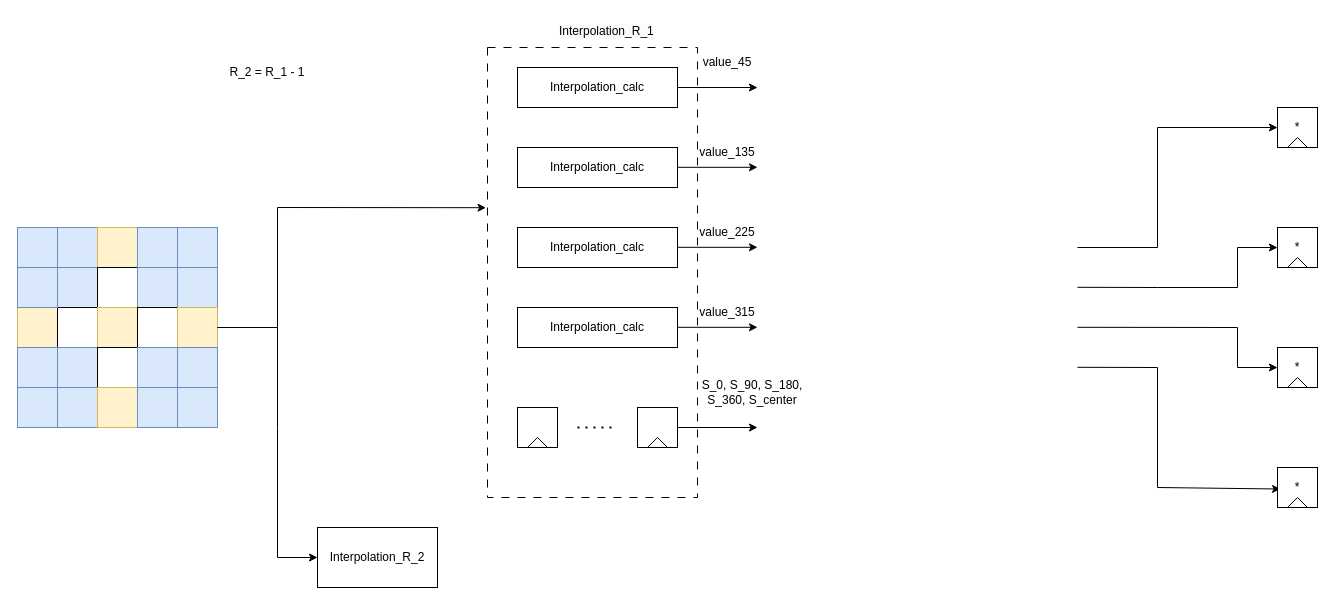
Hieuueihm/Thesis keeps this draw.io diagram as Draw/InterpolationModules/Interpolation.drawio. Above is the earlier version. Source tidied: cells renumbered, new cells numbered last; positions are measured from the earlier drawing's top-left corner, leaving out a move shared by most shapes. Both pictures are drawn from the tidied source at 100%, with x=0, y=0 at pixel (17, 17).
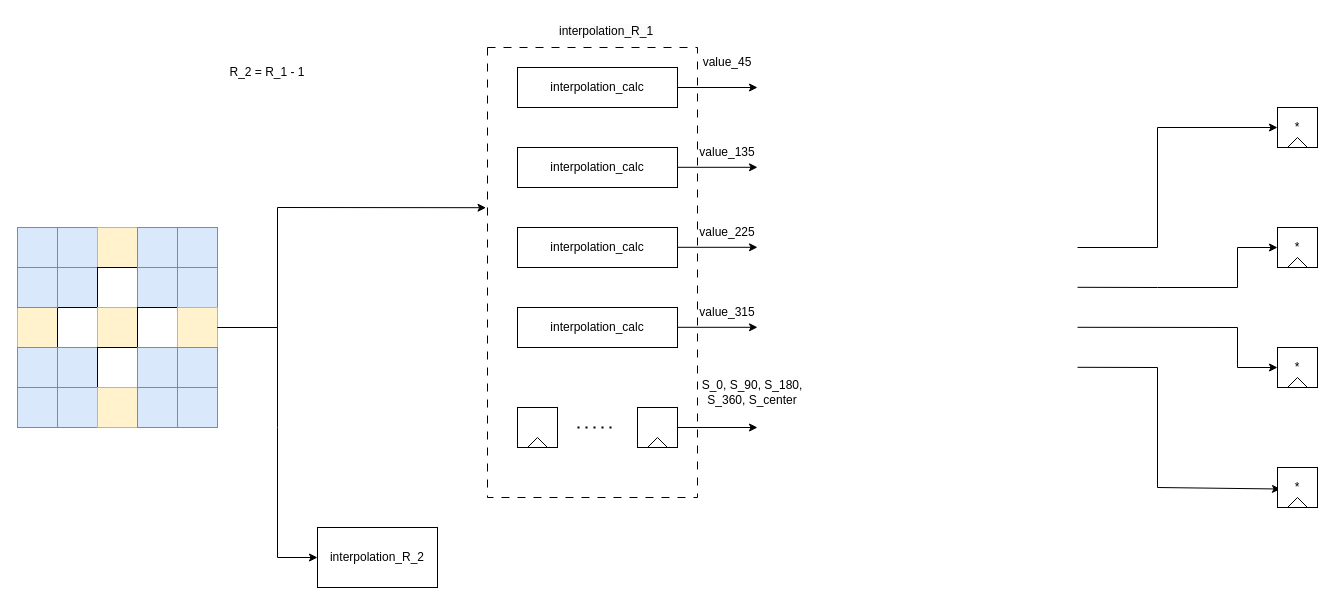
The same page after the edit.

Diff of the diagram source:
```diff
@@
-    <mxCell id="33" value="Interpolation_R_2" style="rounded=0;whiteSpace=wrap;html=1;" parent="1" vertex="1">
+    <mxCell id="33" value="interpolation_R_2" style="rounded=0;whiteSpace=wrap;html=1;" parent="1" vertex="1">
       <mxGeometry x="300" y="510" width="120" height="60" as="geometry" />
     </mxCell>
@@
-    <mxCell id="36" value="Interpolation_calc" style="rounded=0;whiteSpace=wrap;html=1;" parent="1" vertex="1">
+    <mxCell id="36" value="interpolation_calc" style="rounded=0;whiteSpace=wrap;html=1;" parent="1" vertex="1">
       <mxGeometry x="500" y="50" width="160" height="40" as="geometry" />
     </mxCell>
@@
-    <mxCell id="39" value="Interpolation_calc" style="rounded=0;whiteSpace=wrap;html=1;" parent="1" vertex="1">
+    <mxCell id="39" value="interpolation_calc" style="rounded=0;whiteSpace=wrap;html=1;" parent="1" vertex="1">
       <mxGeometry x="500" y="130" width="160" height="40" as="geometry" />
     </mxCell>
-    <mxCell id="40" value="Interpolation_calc" style="rounded=0;whiteSpace=wrap;html=1;" parent="1" vertex="1">
+    <mxCell id="40" value="interpolation_calc" style="rounded=0;whiteSpace=wrap;html=1;" parent="1" vertex="1">
       <mxGeometry x="500" y="210" width="160" height="40" as="geometry" />
     </mxCell>
-    <mxCell id="41" value="Interpolation_calc" style="rounded=0;whiteSpace=wrap;html=1;" parent="1" vertex="1">
+    <mxCell id="41" value="interpolation_calc" style="rounded=0;whiteSpace=wrap;html=1;" parent="1" vertex="1">
       <mxGeometry x="500" y="290" width="160" height="40" as="geometry" />
     </mxCell>
@@
-    <mxCell id="63" value="&lt;span style=&quot;color: rgb(0, 0, 0); font-family: Helvetica; font-size: 12px; font-style: normal; font-variant-ligatures: normal; font-variant-caps: normal; font-weight: 400; letter-spacing: normal; orphans: 2; text-align: center; text-indent: 0px; text-transform: none; widows: 2; word-spacing: 0px; -webkit-text-stroke-width: 0px; white-space: normal; background-color: rgb(251, 251, 251); text-decoration-thickness: initial; text-decoration-style: initial; text-decoration-color: initial; display: inline !important; float: none;&quot;&gt;Interpolation_R_1&lt;/span&gt;" style="text;whiteSpace=wrap;html=1;" parent="1" vertex="1">
+    <mxCell id="63" value="&lt;span style=&quot;color: rgb(0, 0, 0); font-family: Helvetica; font-size: 12px; font-style: normal; font-variant-ligatures: normal; font-variant-caps: normal; font-weight: 400; letter-spacing: normal; orphans: 2; text-align: center; text-indent: 0px; text-transform: none; widows: 2; word-spacing: 0px; -webkit-text-stroke-width: 0px; white-space: normal; background-color: rgb(251, 251, 251); text-decoration-thickness: initial; text-decoration-style: initial; text-decoration-color: initial; display: inline !important; float: none;&quot;&gt;interpolation_R_1&lt;/span&gt;" style="text;whiteSpace=wrap;html=1;" parent="1" vertex="1">
       <mxGeometry x="540" width="100" height="30" as="geometry" />
     </mxCell>
```
